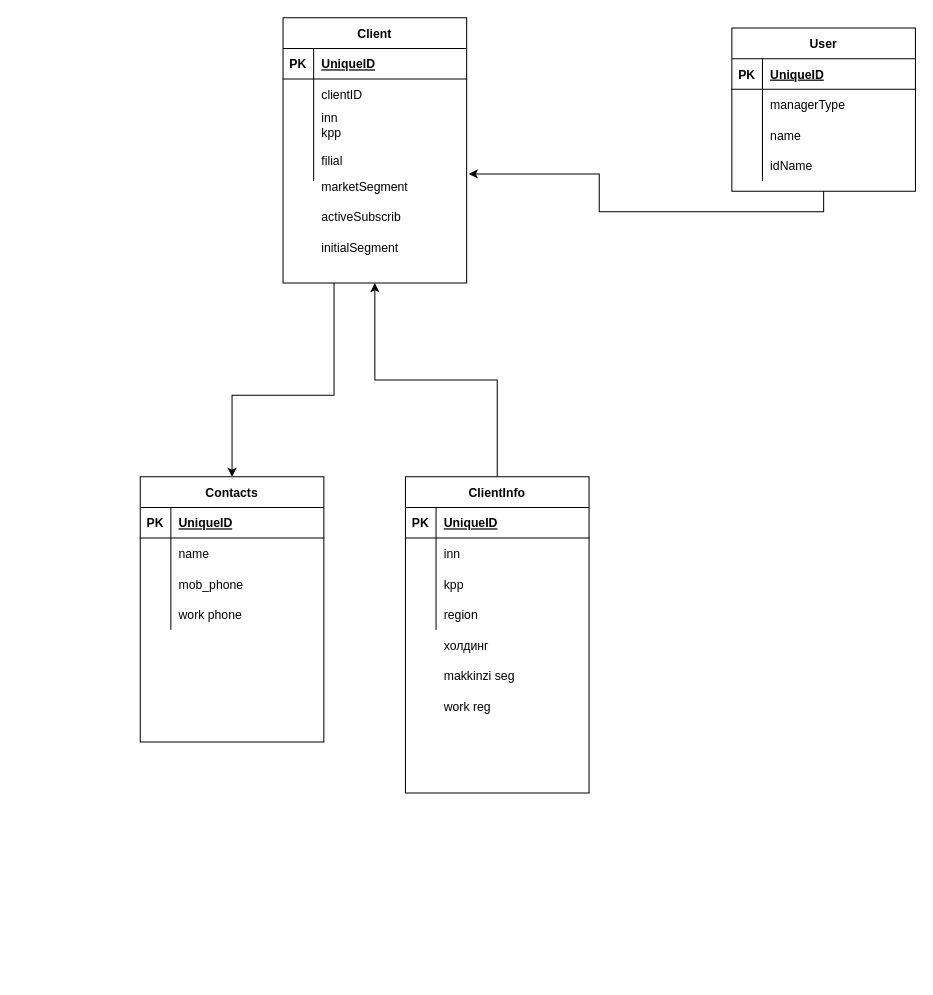
Before: Untitled Diagram.drawio in AndyReigan/Mercator, a draw.io diagram. Source tidied: cells renumbered, new cells numbered last; positions are measured from the earlier drawing's top-left corner, leaving out a move shared by most shapes. Both pictures are drawn from the tidied source at 102%, with x=0, y=0 at pixel (140, 17).
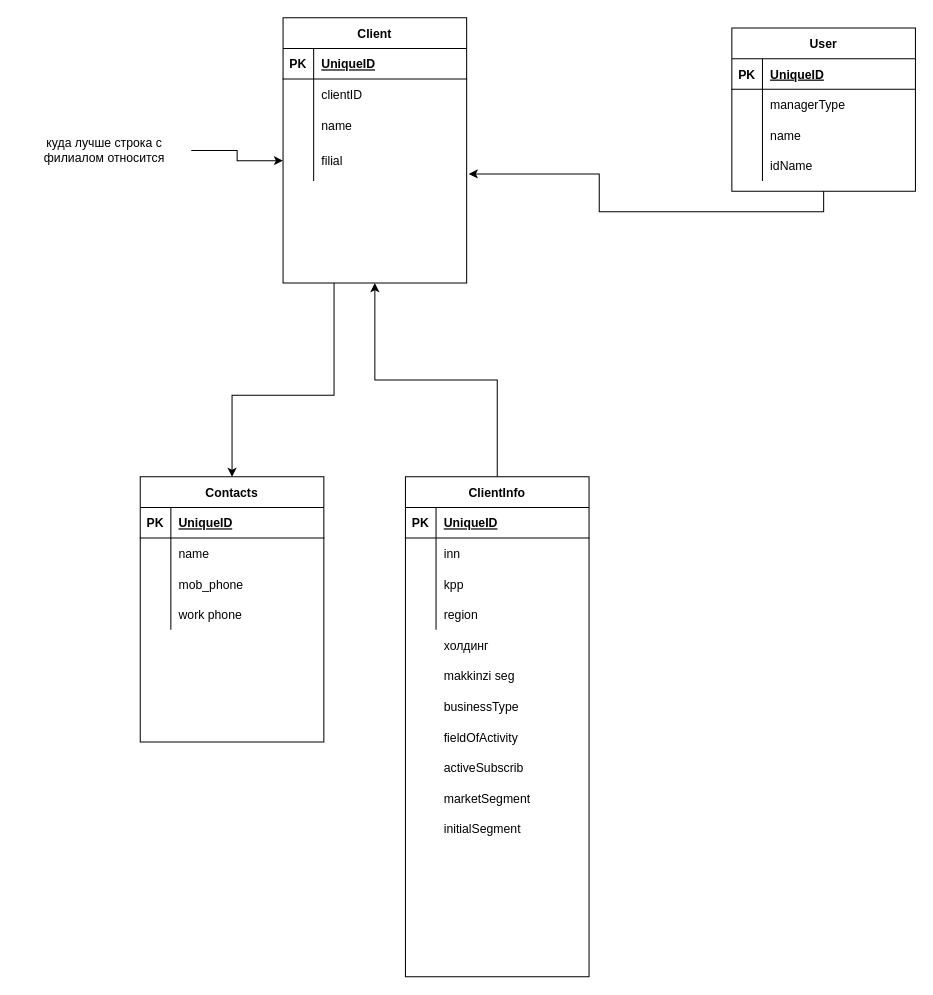
Above is the later version.

Unchanged cells that the change refers to:
```xml
<mxCell id="37" style="shape=partialRectangle;fillColor=none;top=0;left=0;bottom=0;right=0;" parent="30" vertex="1">
  <mxGeometry y="90" width="180" height="30" as="geometry" />
</mxCell>
<mxCell id="40" style="shape=partialRectangle;fillColor=none;top=0;left=0;bottom=0;right=0;points=[[0,0.5],[1,0.5]];portConstraint=eastwest;" parent="30" vertex="1">
  <mxGeometry y="120" width="180" height="40" as="geometry" />
</mxCell>
```

What changed in the source:
```diff
@@
     <mxCell id="3" value="ClientInfo" style="shape=table;startSize=30;childLayout=tableLayout;rowLines=0;fontStyle=1;align=center;" parent="1" vertex="1">
-      <mxGeometry x="260" y="450" width="180" height="310" as="geometry" />
+      <mxGeometry x="260" y="450" width="180" height="490" as="geometry" />
     </mxCell>
@@
-    <mxCell id="39" value="inn&#10;kpp" style="shape=partialRectangle;fillColor=none;top=0;left=0;bottom=0;right=0;align=left;spacingLeft=6;overflow=hidden;" parent="37" vertex="1">
+    <mxCell id="39" value="name" style="shape=partialRectangle;fillColor=none;top=0;left=0;bottom=0;right=0;align=left;spacingLeft=6;overflow=hidden;" parent="37" vertex="1">
       <mxGeometry x="30" width="150" height="30" as="geometry" />
     </mxCell>
@@
-    <mxCell id="57" value="marketSegment" style="shape=partialRectangle;fillColor=none;top=0;left=0;bottom=0;right=0;align=left;spacingLeft=6;overflow=hidden;" parent="1" vertex="1">
-      <mxGeometry x="170" y="150" width="150" height="30" as="geometry" />
-    </mxCell>
@@
-    <mxCell id="59" value="activeSubscrib" style="shape=partialRectangle;fillColor=none;top=0;left=0;bottom=0;right=0;align=left;spacingLeft=6;overflow=hidden;" parent="1" vertex="1">
-      <mxGeometry x="170" y="180" width="150" height="30" as="geometry" />
-    </mxCell>
     <mxCell id="60" value="initialSegment" style="shape=partialRectangle;fillColor=none;top=0;left=0;bottom=0;right=0;align=left;spacingLeft=6;overflow=hidden;" parent="1" vertex="1">
-      <mxGeometry x="170" y="210" width="150" height="30" as="geometry" />
+      <mxGeometry x="290" y="780" width="150" height="30" as="geometry" />
     </mxCell>
@@
-    <mxCell id="63" value="work reg" style="shape=partialRectangle;fillColor=none;top=0;left=0;bottom=0;right=0;align=left;spacingLeft=6;overflow=hidden;" parent="1" vertex="1">
-      <mxGeometry x="290" y="660" width="150" height="30" as="geometry" />
-    </mxCell>
+    <mxCell id="64" value="fieldOfActivity" style="shape=partialRectangle;fillColor=none;top=0;left=0;bottom=0;right=0;align=left;spacingLeft=6;overflow=hidden;" parent="1" vertex="1">
+      <mxGeometry x="290" y="690" width="150" height="30" as="geometry" />
+    </mxCell>
+    <mxCell id="65" value="businessType" style="shape=partialRectangle;fillColor=none;top=0;left=0;bottom=0;right=0;align=left;spacingLeft=6;overflow=hidden;" parent="1" vertex="1">
+      <mxGeometry x="290" y="660" width="150" height="30" as="geometry" />
+    </mxCell>
+    <mxCell id="57" value="marketSegment" style="shape=partialRectangle;fillColor=none;top=0;left=0;bottom=0;right=0;align=left;spacingLeft=6;overflow=hidden;" parent="1" vertex="1">
+      <mxGeometry x="290" y="750" width="150" height="30" as="geometry" />
+    </mxCell>
+    <mxCell id="59" value="activeSubscrib" style="shape=partialRectangle;fillColor=none;top=0;left=0;bottom=0;right=0;align=left;spacingLeft=6;overflow=hidden;" parent="1" vertex="1">
+      <mxGeometry x="290" y="720" width="150" height="30" as="geometry" />
+    </mxCell>
+    <mxCell id="66" style="edgeStyle=orthogonalEdgeStyle;rounded=0;jettySize=auto;html=1;" parent="1" edge="1" source="67" target="40">
+      <mxGeometry relative="1" as="geometry" />
+    </mxCell>
+    <mxCell id="67" value="куда лучше строка с филиалом относится" style="text;html=1;strokeColor=none;fillColor=none;align=center;verticalAlign=middle;whiteSpace=wrap;rounded=0;" parent="1" vertex="1">
+      <mxGeometry x="-120" y="120" width="170" height="20" as="geometry" />
+    </mxCell>
```
